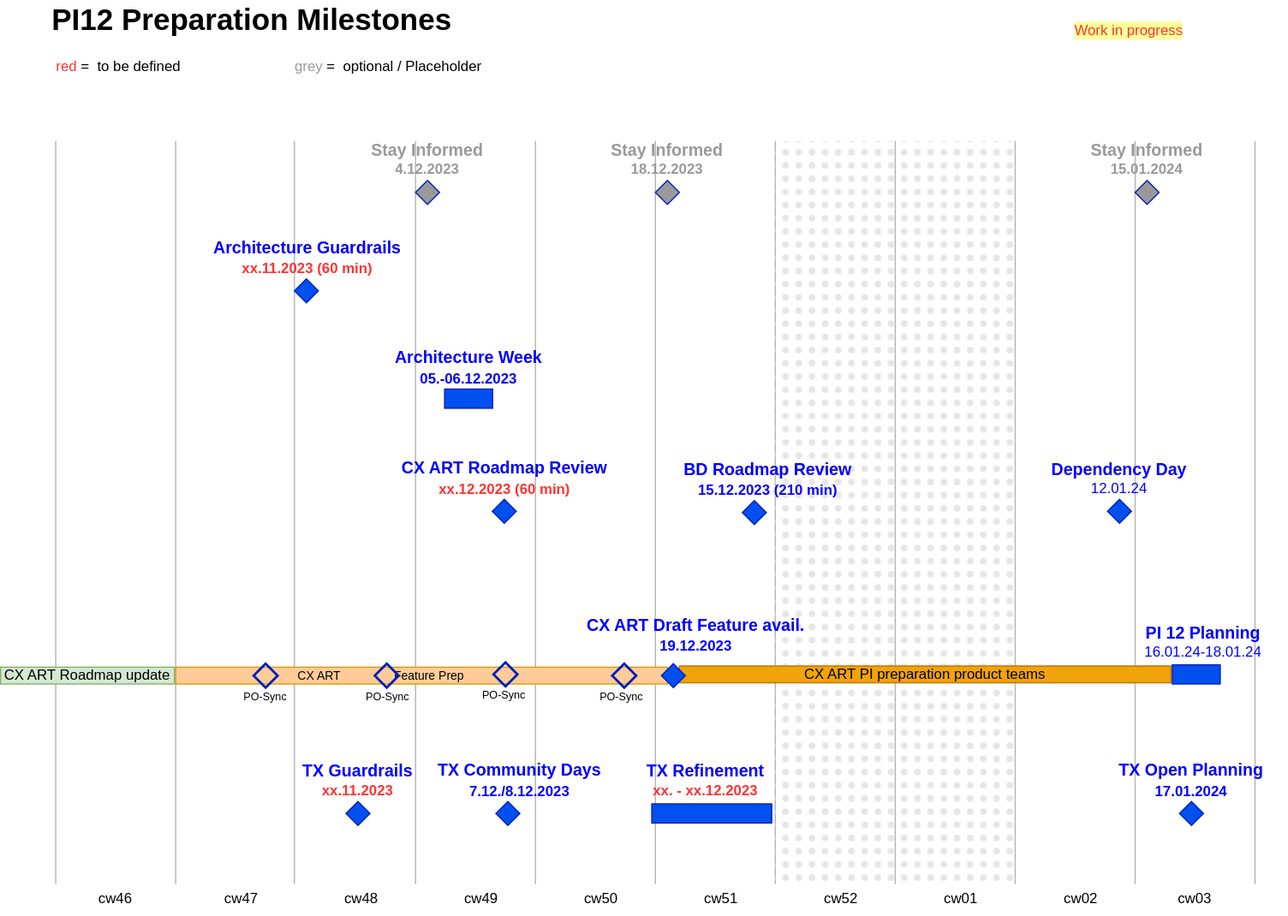
The draw.io diagram PI12-Preparation-Timeline.drawio.svg in mabige/scratchpad, before a commit. Source tidied: cells renumbered, new cells last; positions are measured from the earlier drawing's top-left corner, leaving out a move shared by most shapes.
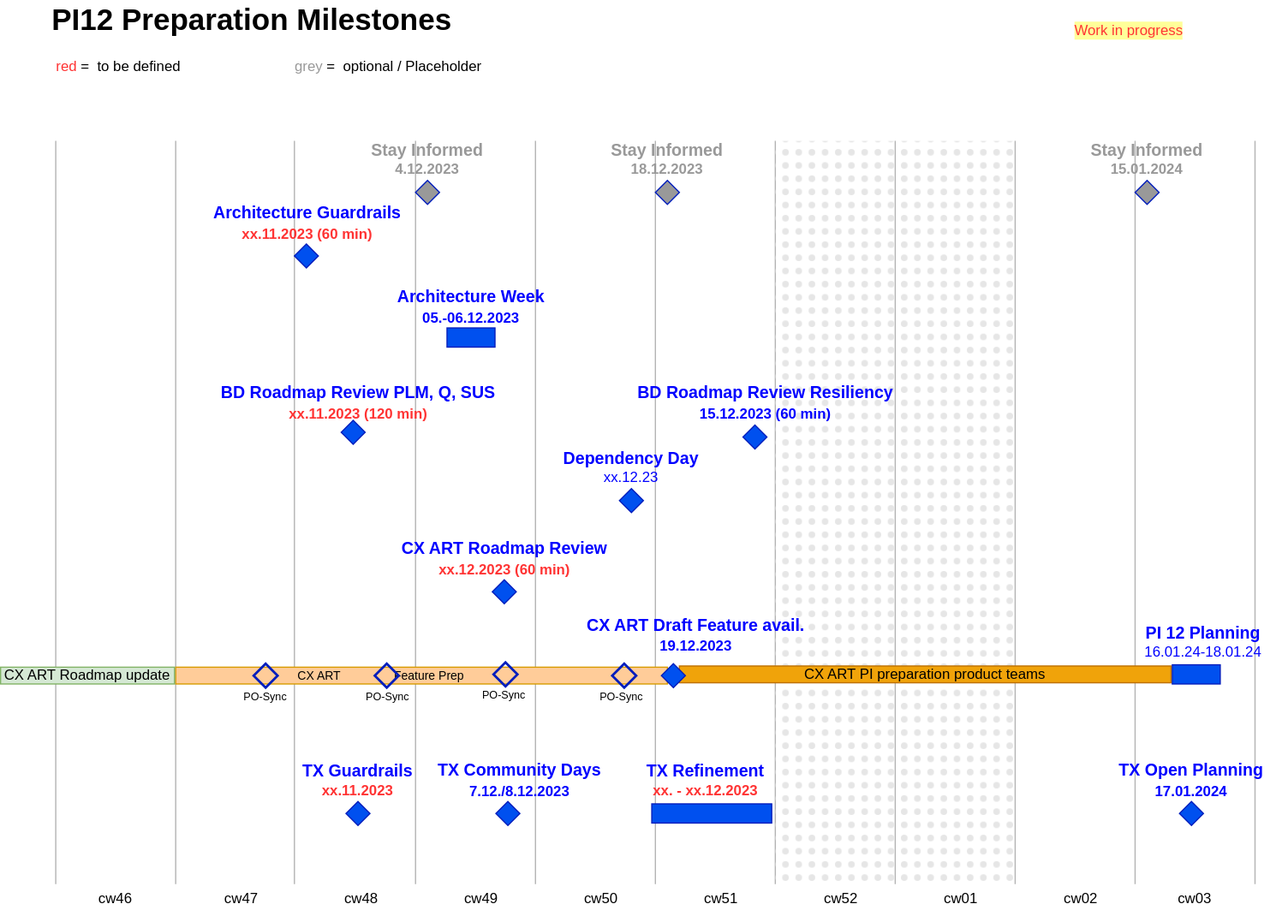
The same diagram one commit later.

Change to the diagram source:
```diff
@@ -102,12 +102,12 @@
       <mxGeometry x="646" y="117" width="200" height="620" as="geometry" />
     </mxCell>
     <mxCell id="24" style="group;" parent="1" vertex="1">
-      <mxGeometry x="873" y="383" width="120" height="53" as="geometry" />
+      <mxGeometry x="466" y="374" width="120" height="53" as="geometry" />
     </mxCell>
     <mxCell id="25" style="rhombus;whiteSpace=wrap;html=1;fillColor=#0050ef;fontColor=#ffffff;strokeColor=#001DBC;" parent="24" vertex="1">
       <mxGeometry x="50" y="33" width="20" height="20" as="geometry" />
     </mxCell>
-    <mxCell id="26" value="&lt;font style=&quot;font-size: 14px;&quot;&gt;Dependency Day&lt;/font&gt;&lt;br&gt;&lt;span style=&quot;font-weight: normal;&quot;&gt;12.01.24&lt;/span&gt;" style="text;html=1;strokeColor=none;fillColor=none;align=center;verticalAlign=middle;whiteSpace=wrap;rounded=0;fontStyle=1;fontColor=#0000FF;" parent="24" vertex="1">
+    <mxCell id="26" value="&lt;font style=&quot;font-size: 14px;&quot;&gt;Dependency Day&lt;/font&gt;&lt;br&gt;&lt;span style=&quot;font-weight: normal;&quot;&gt;xx.12.23&lt;/span&gt;" style="text;html=1;strokeColor=none;fillColor=none;align=center;verticalAlign=middle;whiteSpace=wrap;rounded=0;fontStyle=1;fontColor=#0000FF;" parent="24" vertex="1">
       <mxGeometry width="120" height="30" as="geometry" />
     </mxCell>
     <mxCell id="27" style="group;" parent="1" vertex="1">
@@ -138,25 +138,25 @@
       <mxGeometry x="946" y="150" width="20" height="20" as="geometry" />
     </mxCell>
     <mxCell id="36" value="&lt;div style=&quot;font-size: 14px;&quot;&gt;Architecture Guardrails&lt;font style=&quot;font-size: 14px;&quot;&gt;&lt;br&gt;&lt;/font&gt;&lt;font color=&quot;#ff3333&quot; style=&quot;font-size: 12px;&quot;&gt;xx.11.2023&lt;font style=&quot;font-size: 12px;&quot;&gt; (60 min)&lt;br&gt;&lt;/font&gt;&lt;/font&gt;&lt;/div&gt;" style="text;html=1;strokeColor=none;fillColor=none;align=center;verticalAlign=middle;whiteSpace=wrap;rounded=0;fontStyle=1;fontColor=#0000FF;" parent="1" vertex="1">
-      <mxGeometry x="171" y="199" width="170" height="30" as="geometry" />
+      <mxGeometry x="171" y="170" width="170" height="30" as="geometry" />
     </mxCell>
     <mxCell id="37" style="rhombus;whiteSpace=wrap;html=1;fillColor=#0050ef;fontColor=#ffffff;strokeColor=#001DBC;" parent="1" vertex="1">
-      <mxGeometry x="245" y="232" width="20" height="20" as="geometry" />
+      <mxGeometry x="245" y="203" width="20" height="20" as="geometry" />
     </mxCell>
     <mxCell id="38" value="&lt;div style=&quot;font-size: 14px;&quot;&gt;&lt;font style=&quot;font-size: 14px;&quot;&gt;CX ART Roadmap Review&lt;br&gt;&lt;/font&gt;&lt;font color=&quot;#ff3333&quot; style=&quot;font-size: 12px;&quot;&gt;xx.12.2023&lt;font style=&quot;font-size: 12px;&quot;&gt; (60 min)&lt;br&gt;&lt;/font&gt;&lt;/font&gt;&lt;/div&gt;" style="text;html=1;strokeColor=none;fillColor=none;align=center;verticalAlign=middle;whiteSpace=wrap;rounded=0;fontStyle=1;fontColor=#0000FF;" parent="1" vertex="1">
-      <mxGeometry x="322.5" y="383" width="195" height="30" as="geometry" />
+      <mxGeometry x="322.5" y="450" width="195" height="30" as="geometry" />
     </mxCell>
     <mxCell id="39" style="rhombus;whiteSpace=wrap;html=1;fillColor=#0050ef;fontColor=#ffffff;strokeColor=#001DBC;" parent="1" vertex="1">
-      <mxGeometry x="410" y="416" width="20" height="20" as="geometry" />
+      <mxGeometry x="410" y="483" width="20" height="20" as="geometry" />
     </mxCell>
-    <mxCell id="40" value="&lt;div style=&quot;font-size: 14px;&quot;&gt;BD Roadmap Review&lt;font style=&quot;font-size: 14px;&quot;&gt;&lt;br&gt;&lt;/font&gt;&lt;font style=&quot;font-size: 12px;&quot;&gt;15.12.2023&lt;font style=&quot;font-size: 12px;&quot;&gt; (210 min)&lt;br&gt;&lt;/font&gt;&lt;/font&gt;&lt;/div&gt;" style="text;html=1;strokeColor=none;fillColor=none;align=center;verticalAlign=middle;whiteSpace=wrap;rounded=0;fontStyle=1;fontColor=#0000FF;" parent="1" vertex="1">
-      <mxGeometry x="546" y="384" width="187.5" height="30" as="geometry" />
+    <mxCell id="40" value="&lt;div style=&quot;font-size: 14px;&quot;&gt;BD Roadmap Review&lt;font style=&quot;font-size: 14px;&quot;&gt; Resiliency&lt;br&gt;&lt;/font&gt;&lt;font style=&quot;font-size: 12px;&quot;&gt;15.12.2023&lt;font style=&quot;font-size: 12px;&quot;&gt; (60 min)&lt;br&gt;&lt;/font&gt;&lt;/font&gt;&lt;/div&gt;" style="text;html=1;strokeColor=none;fillColor=none;align=center;verticalAlign=middle;whiteSpace=wrap;rounded=0;fontStyle=1;fontColor=#0000FF;" parent="1" vertex="1">
+      <mxGeometry x="503.5" y="320" width="267.5" height="30" as="geometry" />
     </mxCell>
     <mxCell id="41" style="rhombus;whiteSpace=wrap;html=1;fillColor=#0050ef;fontColor=#ffffff;strokeColor=#001DBC;" parent="1" vertex="1">
-      <mxGeometry x="618.5" y="417" width="20" height="20" as="geometry" />
+      <mxGeometry x="619" y="354" width="20" height="20" as="geometry" />
     </mxCell>
     <mxCell id="42" value="&lt;div style=&quot;font-size: 14px;&quot;&gt;Architecture Week&lt;font style=&quot;font-size: 14px;&quot;&gt;&lt;br&gt;&lt;/font&gt;&lt;font style=&quot;font-size: 12px;&quot;&gt;05.-06.12.2023&lt;/font&gt;&lt;font style=&quot;font-size: 12px;&quot;&gt;&lt;font style=&quot;font-size: 12px;&quot;&gt;&lt;br&gt;&lt;/font&gt;&lt;/font&gt;&lt;/div&gt;" style="text;html=1;strokeColor=none;fillColor=none;align=center;verticalAlign=middle;whiteSpace=wrap;rounded=0;fontStyle=1;fontColor=#0000FF;" parent="1" vertex="1">
-      <mxGeometry x="294" y="291" width="192.5" height="30" as="geometry" />
+      <mxGeometry x="296" y="240" width="192.5" height="30" as="geometry" />
     </mxCell>
     <mxCell id="43" value="&lt;div style=&quot;font-size: 14px;&quot;&gt;TX Open Planning&lt;font style=&quot;font-size: 14px;&quot;&gt;&lt;br&gt;&lt;/font&gt;&lt;font style=&quot;font-size: 12px;&quot;&gt;17.01.2024&lt;font style=&quot;font-size: 12px;&quot;&gt;&lt;br&gt;&lt;/font&gt;&lt;/font&gt;&lt;/div&gt;" style="text;html=1;strokeColor=none;fillColor=none;align=center;verticalAlign=middle;whiteSpace=wrap;rounded=0;fontStyle=1;fontColor=#0000FF;" parent="1" vertex="1">
       <mxGeometry x="913" y="635" width="160" height="30" as="geometry" />
@@ -186,7 +186,7 @@
       <mxGeometry x="41" width="490" height="30" as="geometry" />
     </mxCell>
     <mxCell id="52" style="rounded=0;whiteSpace=wrap;html=1;fillColor=#0050ef;fontColor=#ffffff;strokeColor=#001DBC;" parent="1" vertex="1">
-      <mxGeometry x="370.2" y="324" width="40" height="16" as="geometry" />
+      <mxGeometry x="372.2" y="273" width="40" height="16" as="geometry" />
     </mxCell>
     <mxCell id="53" style="rounded=0;whiteSpace=wrap;html=1;fillColor=#0050ef;fontColor=#ffffff;strokeColor=#001DBC;" parent="1" vertex="1">
       <mxGeometry x="543" y="670" width="100" height="16" as="geometry" />
@@ -236,5 +236,11 @@
     <mxCell id="68" value="&lt;font style=&quot;font-size: 9px;&quot;&gt;PO-Sync&lt;/font&gt;" style="text;html=1;strokeColor=none;fillColor=none;align=center;verticalAlign=middle;whiteSpace=wrap;rounded=0;" parent="1" vertex="1">
       <mxGeometry x="488" y="565" width="60" height="30" as="geometry" />
     </mxCell>
+    <mxCell id="69" value="&lt;div style=&quot;font-size: 14px;&quot;&gt;BD Roadmap Review&lt;font style=&quot;font-size: 14px;&quot;&gt; PLM, Q, SUS&lt;br&gt;&lt;/font&gt;&lt;font color=&quot;#ff3333&quot; style=&quot;font-size: 12px;&quot;&gt;xx.11.2023&lt;font style=&quot;font-size: 12px;&quot;&gt; (120 min)&lt;br&gt;&lt;/font&gt;&lt;/font&gt;&lt;/div&gt;" style="text;html=1;strokeColor=none;fillColor=none;align=center;verticalAlign=middle;whiteSpace=wrap;rounded=0;fontStyle=1;fontColor=#0000FF;" parent="1" vertex="1">
+      <mxGeometry x="167.2" y="320" width="262.5" height="30" as="geometry" />
+    </mxCell>
+    <mxCell id="70" style="rhombus;whiteSpace=wrap;html=1;fillColor=#0050ef;fontColor=#ffffff;strokeColor=#001DBC;" parent="1" vertex="1">
+      <mxGeometry x="284" y="350" width="20" height="20" as="geometry" />
+    </mxCell>
   </root>
 </mxGraphModel>
```
